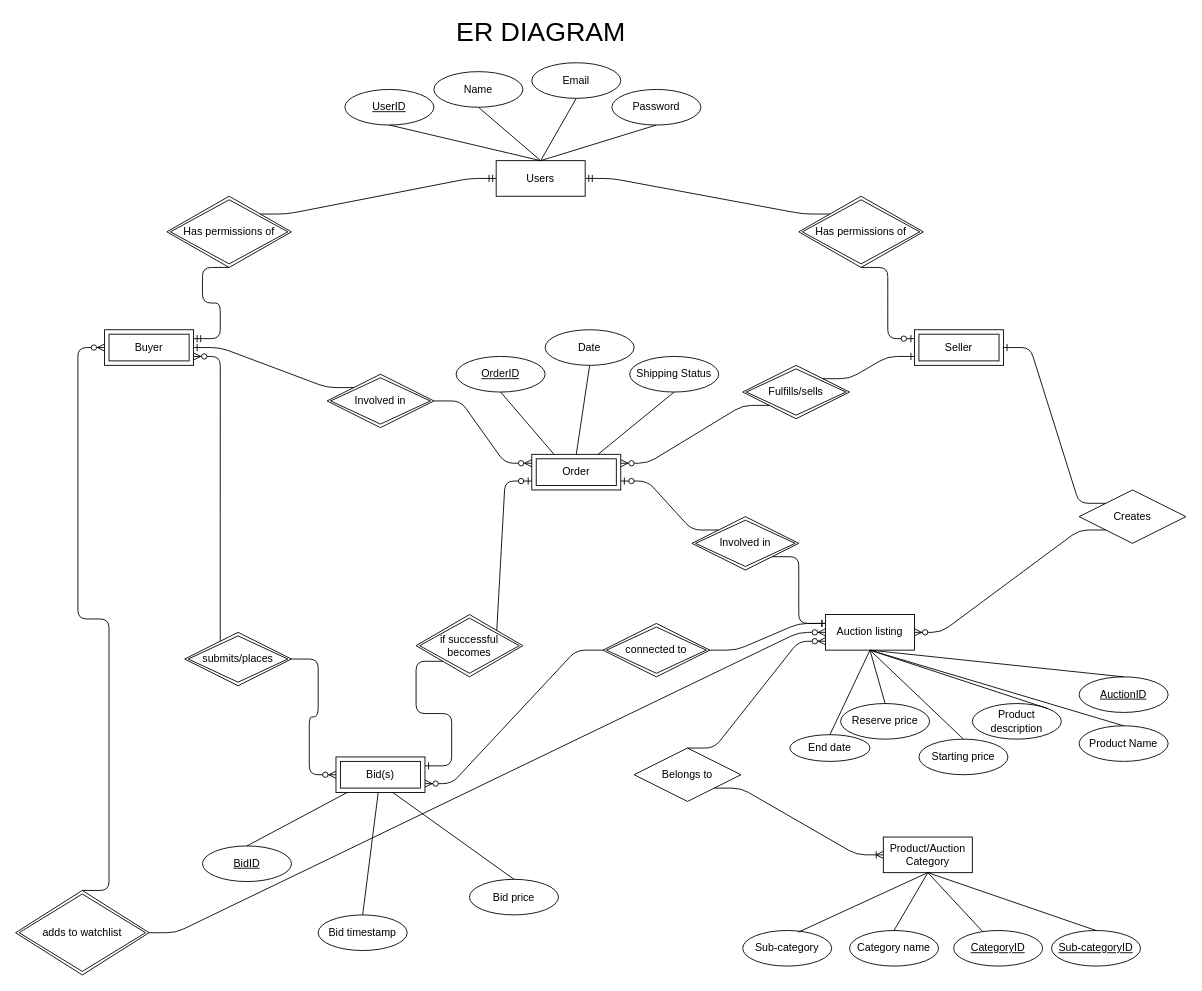
Before: page "Qasim" (1 of 4) of Auction Site ERD.drawio in rwshaw/Auction-Website, a draw.io diagram. Source tidied: cells renumbered, new cells numbered last; positions are measured from the earlier drawing's top-left corner, leaving out a move shared by most shapes. Both pictures are drawn from the tidied source at 89%, with x=0, y=0 at pixel (15, 18).
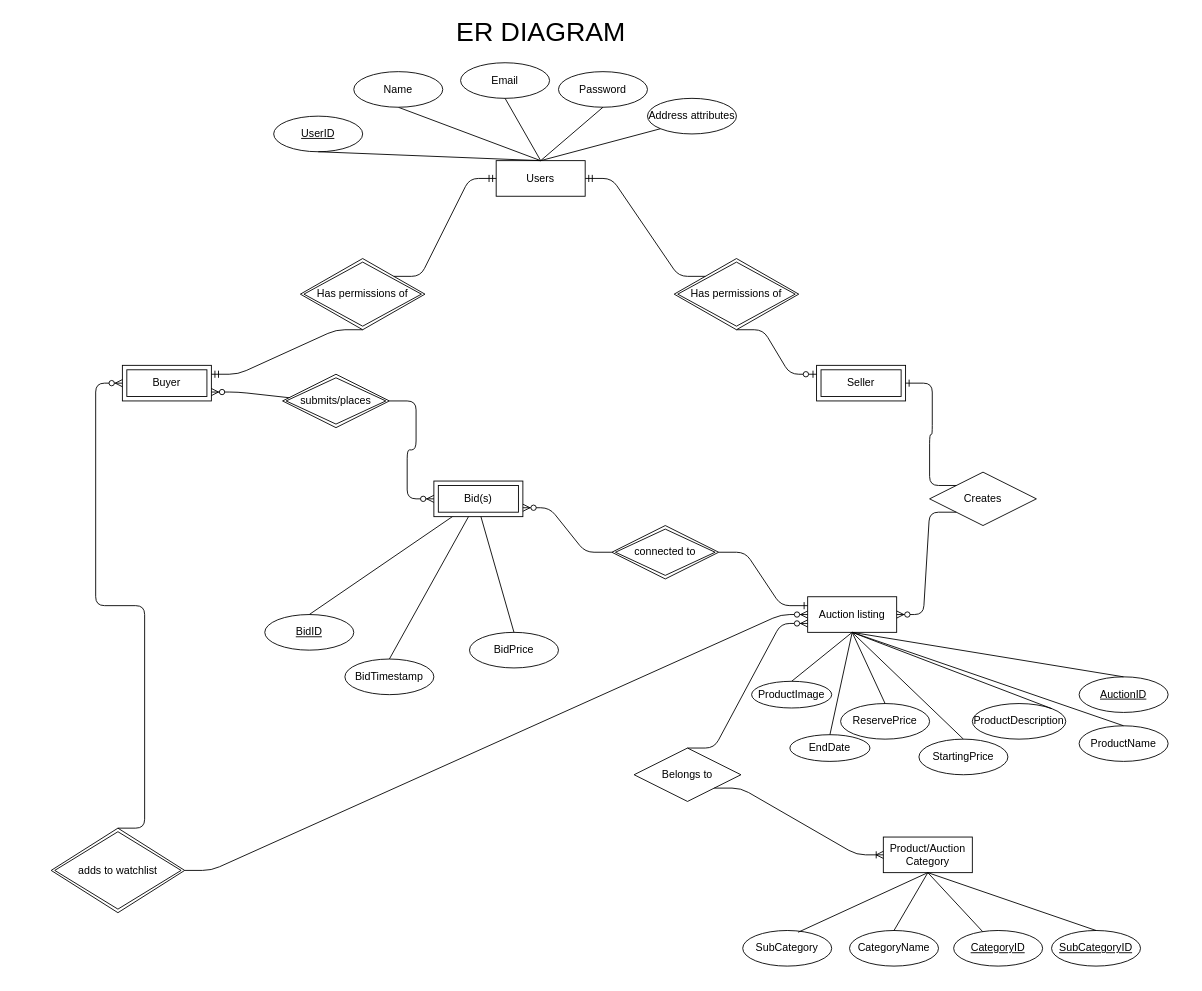
The same page after the edit.

Unchanged cells that the change refers to:
```xml
<mxCell id="2" value="Users" style="whiteSpace=wrap;html=1;align=center;" parent="1" vertex="1">
  <mxGeometry x="540" y="160" width="100" height="40" as="geometry" />
</mxCell>
```

Change to the diagram source:
```diff
@@
     <mxCell id="3" value="Has permissions of" style="shape=rhombus;double=1;perimeter=rhombusPerimeter;whiteSpace=wrap;html=1;align=center;" parent="1" vertex="1">
-      <mxGeometry x="880" y="200" width="140" height="80" as="geometry" />
+      <mxGeometry x="740" y="270" width="140" height="80" as="geometry" />
     </mxCell>
     <mxCell id="4" value="Seller" style="shape=ext;margin=3;double=1;whiteSpace=wrap;html=1;align=center;" parent="1" vertex="1">
-      <mxGeometry x="1010" y="350" width="100" height="40" as="geometry" />
+      <mxGeometry x="900" y="390" width="100" height="40" as="geometry" />
     </mxCell>
     <mxCell id="5" value="Buyer" style="shape=ext;margin=3;double=1;whiteSpace=wrap;html=1;align=center;" parent="1" vertex="1">
-      <mxGeometry x="100" y="350" width="100" height="40" as="geometry" />
+      <mxGeometry x="120" y="390" width="100" height="40" as="geometry" />
     </mxCell>
     <mxCell id="6" value="Has permissions of" style="shape=rhombus;double=1;perimeter=rhombusPerimeter;whiteSpace=wrap;html=1;align=center;" parent="1" vertex="1">
-      <mxGeometry x="170" y="200" width="140" height="80" as="geometry" />
+      <mxGeometry x="320" y="270" width="140" height="80" as="geometry" />
     </mxCell>
@@
     <mxCell id="10" value="Creates" style="shape=rhombus;perimeter=rhombusPerimeter;whiteSpace=wrap;html=1;align=center;" parent="1" vertex="1">
-      <mxGeometry x="1195" y="530" width="120" height="60" as="geometry" />
+      <mxGeometry x="1027" y="510" width="120" height="60" as="geometry" />
     </mxCell>
     <mxCell id="11" value="Auction listing" style="whiteSpace=wrap;html=1;align=center;" parent="1" vertex="1">
-      <mxGeometry x="910" y="670" width="100" height="40" as="geometry" />
+      <mxGeometry x="890" y="650" width="100" height="40" as="geometry" />
     </mxCell>
@@
-    <mxCell id="17" value="Product Name" style="ellipse;whiteSpace=wrap;html=1;align=center;" parent="1" vertex="1">
+    <mxCell id="17" value="ProductName" style="ellipse;whiteSpace=wrap;html=1;align=center;" parent="1" vertex="1">
       <mxGeometry x="1195" y="795" width="100" height="40" as="geometry" />
     </mxCell>
@@
-    <mxCell id="19" value="Product description" style="ellipse;whiteSpace=wrap;html=1;align=center;" parent="1" vertex="1">
-      <mxGeometry x="1075" y="770" width="100" height="40" as="geometry" />
+    <mxCell id="19" value="ProductDescription" style="ellipse;whiteSpace=wrap;html=1;align=center;" parent="1" vertex="1">
+      <mxGeometry x="1075" y="770" width="105" height="40" as="geometry" />
     </mxCell>
@@
-    <mxCell id="22" value="Bid price" style="ellipse;whiteSpace=wrap;html=1;align=center;" parent="1" vertex="1">
-      <mxGeometry x="510" y="967.5" width="100" height="40" as="geometry" />
+    <mxCell id="22" value="BidPrice" style="ellipse;whiteSpace=wrap;html=1;align=center;" parent="1" vertex="1">
+      <mxGeometry x="510" y="690" width="100" height="40" as="geometry" />
     </mxCell>
@@
     <mxCell id="24" value="BidID" style="ellipse;whiteSpace=wrap;html=1;align=center;fontStyle=4;" parent="1" vertex="1">
-      <mxGeometry x="210" y="930" width="100" height="40" as="geometry" />
+      <mxGeometry x="280" y="670" width="100" height="40" as="geometry" />
     </mxCell>
@@
-    <mxCell id="26" value="End date" style="ellipse;whiteSpace=wrap;html=1;align=center;" parent="1" vertex="1">
+    <mxCell id="26" value="EndDate" style="ellipse;whiteSpace=wrap;html=1;align=center;" parent="1" vertex="1">
       <mxGeometry x="870" y="805" width="90" height="30" as="geometry" />
     </mxCell>
@@
-    <mxCell id="33" value="Category name" style="ellipse;whiteSpace=wrap;html=1;align=center;" parent="1" vertex="1">
+    <mxCell id="33" value="CategoryName" style="ellipse;whiteSpace=wrap;html=1;align=center;" parent="1" vertex="1">
       <mxGeometry x="937" y="1025" width="100" height="40" as="geometry" />
     </mxCell>
-    <mxCell id="34" value="Sub-category" style="ellipse;whiteSpace=wrap;html=1;align=center;" parent="1" vertex="1">
+    <mxCell id="34" value="SubCategory" style="ellipse;whiteSpace=wrap;html=1;align=center;" parent="1" vertex="1">
       <mxGeometry x="817" y="1025" width="100" height="40" as="geometry" />
     </mxCell>
-    <mxCell id="35" value="Sub-categoryID" style="ellipse;whiteSpace=wrap;html=1;align=center;fontStyle=4;" parent="1" vertex="1">
+    <mxCell id="35" value="SubCategoryID" style="ellipse;whiteSpace=wrap;html=1;align=center;fontStyle=4;" parent="1" vertex="1">
       <mxGeometry x="1164" y="1025" width="100" height="40" as="geometry" />
     </mxCell>
@@
     <mxCell id="40" value="&lt;u&gt;UserID&lt;/u&gt;" style="ellipse;whiteSpace=wrap;html=1;align=center;" parent="1" vertex="1">
-      <mxGeometry x="370" y="80" width="100" height="40" as="geometry" />
+      <mxGeometry x="290" y="110" width="100" height="40" as="geometry" />
     </mxCell>
@@
     <mxCell id="43" value="Name" style="ellipse;whiteSpace=wrap;html=1;align=center;" parent="1" vertex="1">
-      <mxGeometry x="470" y="60" width="100" height="40" as="geometry" />
+      <mxGeometry x="380" y="60" width="100" height="40" as="geometry" />
     </mxCell>
     <mxCell id="44" value="Email" style="ellipse;whiteSpace=wrap;html=1;align=center;" parent="1" vertex="1">
-      <mxGeometry x="580" y="50" width="100" height="40" as="geometry" />
+      <mxGeometry x="500" y="50" width="100" height="40" as="geometry" />
     </mxCell>
@@
-    <mxCell id="46" value="Starting price" style="ellipse;whiteSpace=wrap;html=1;align=center;" parent="1" vertex="1">
+    <mxCell id="46" value="StartingPrice" style="ellipse;whiteSpace=wrap;html=1;align=center;" parent="1" vertex="1">
       <mxGeometry x="1015" y="810" width="100" height="40" as="geometry" />
     </mxCell>
-    <mxCell id="47" value="Reserve price" style="ellipse;whiteSpace=wrap;html=1;align=center;" parent="1" vertex="1">
+    <mxCell id="47" value="ReservePrice" style="ellipse;whiteSpace=wrap;html=1;align=center;" parent="1" vertex="1">
       <mxGeometry x="927" y="770" width="100" height="40" as="geometry" />
     </mxCell>
@@
     <mxCell id="50" value="submits/places" style="shape=rhombus;double=1;perimeter=rhombusPerimeter;whiteSpace=wrap;html=1;align=center;shadow=0;sketch=0;strokeColor=#000000;gradientColor=none;" parent="1" vertex="1">
-      <mxGeometry x="190" y="690" width="120" height="60" as="geometry" />
+      <mxGeometry x="300" y="400" width="120" height="60" as="geometry" />
     </mxCell>
-    <mxCell id="51" value="Bid timestamp" style="ellipse;whiteSpace=wrap;html=1;align=center;" parent="1" vertex="1">
-      <mxGeometry x="340" y="1007.5" width="100" height="40" as="geometry" />
+    <mxCell id="51" value="BidTimestamp" style="ellipse;whiteSpace=wrap;html=1;align=center;" parent="1" vertex="1">
+      <mxGeometry x="370" y="720" width="100" height="40" as="geometry" />
     </mxCell>
@@
     <mxCell id="53" value="adds to watchlist" style="shape=rhombus;double=1;perimeter=rhombusPerimeter;whiteSpace=wrap;html=1;align=center;shadow=0;sketch=0;strokeColor=#000000;gradientColor=none;" parent="1" vertex="1">
-      <mxGeometry y="980" width="150" height="95" as="geometry" />
+      <mxGeometry x="40" y="910" width="150" height="95" as="geometry" />
     </mxCell>
@@
     <mxCell id="57" value="Password" style="ellipse;whiteSpace=wrap;html=1;align=center;" parent="1" vertex="1">
-      <mxGeometry x="670" y="80" width="100" height="40" as="geometry" />
+      <mxGeometry x="610" y="60" width="100" height="40" as="geometry" />
     </mxCell>
@@
     <mxCell id="59" value="Bid(s)" style="shape=ext;margin=3;double=1;whiteSpace=wrap;html=1;align=center;" parent="1" vertex="1">
-      <mxGeometry x="360" y="830" width="100" height="40" as="geometry" />
+      <mxGeometry x="470" y="520" width="100" height="40" as="geometry" />
     </mxCell>
@@
     <mxCell id="61" value="connected to" style="shape=rhombus;double=1;perimeter=rhombusPerimeter;whiteSpace=wrap;html=1;align=center;" parent="1" vertex="1">
-      <mxGeometry x="660" y="680" width="120" height="60" as="geometry" />
+      <mxGeometry x="670" y="570" width="120" height="60" as="geometry" />
     </mxCell>
@@
-    <mxCell id="64" value="Order" style="shape=ext;margin=3;double=1;whiteSpace=wrap;html=1;align=center;" parent="1" vertex="1">
-      <mxGeometry x="580" y="490" width="100" height="40" as="geometry" />
-    </mxCell>
-    <mxCell id="65" style="edgeStyle=entityRelationEdgeStyle;fontSize=12;html=1;endArrow=ERzeroToOne;endFill=1;entryX=0;entryY=0.75;entryDx=0;entryDy=0;exitX=0.5;exitY=0.429;exitDx=0;exitDy=0;exitPerimeter=0;" parent="1" edge="1" source="66" target="64">
-      <mxGeometry relative="1" as="geometry" />
-    </mxCell>
-    <mxCell id="66" value="if successful becomes" style="shape=rhombus;double=1;perimeter=rhombusPerimeter;whiteSpace=wrap;html=1;align=center;" parent="1" vertex="1">
-      <mxGeometry x="450" y="670" width="120" height="70" as="geometry" />
-    </mxCell>
-    <mxCell id="67" style="edgeStyle=entityRelationEdgeStyle;fontSize=12;html=1;endArrow=ERone;endFill=1;entryX=1;entryY=0.25;entryDx=0;entryDy=0;exitX=0;exitY=1;exitDx=0;exitDy=0;" parent="1" edge="1" source="66" target="59">
-      <mxGeometry relative="1" as="geometry" />
-    </mxCell>
-    <mxCell id="68" value="Fulfills/sells" style="shape=rhombus;double=1;perimeter=rhombusPerimeter;whiteSpace=wrap;html=1;align=center;" parent="1" vertex="1">
-      <mxGeometry x="817" y="390" width="120" height="60" as="geometry" />
-    </mxCell>
-    <mxCell id="69" style="edgeStyle=entityRelationEdgeStyle;fontSize=12;html=1;endArrow=ERzeroToMany;endFill=1;entryX=1;entryY=0.25;entryDx=0;entryDy=0;exitX=0;exitY=1;exitDx=0;exitDy=0;" parent="1" edge="1" source="68" target="64">
-      <mxGeometry relative="1" as="geometry" />
-    </mxCell>
-    <mxCell id="70" style="edgeStyle=entityRelationEdgeStyle;fontSize=12;html=1;endArrow=ERone;endFill=1;entryX=0;entryY=0.75;entryDx=0;entryDy=0;exitX=1;exitY=0;exitDx=0;exitDy=0;" parent="1" edge="1" source="68" target="4">
-      <mxGeometry relative="1" as="geometry" />
-    </mxCell>
-    <mxCell id="71" value="Involved in" style="shape=rhombus;double=1;perimeter=rhombusPerimeter;whiteSpace=wrap;html=1;align=center;" parent="1" vertex="1">
-      <mxGeometry x="760" y="560" width="120" height="60" as="geometry" />
-    </mxCell>
-    <mxCell id="72" value="Involved in" style="shape=rhombus;double=1;perimeter=rhombusPerimeter;whiteSpace=wrap;html=1;align=center;" parent="1" vertex="1">
-      <mxGeometry x="350" y="400" width="120" height="60" as="geometry" />
-    </mxCell>
-    <mxCell id="73" style="edgeStyle=entityRelationEdgeStyle;fontSize=12;html=1;endArrow=ERzeroToMany;endFill=1;entryX=0;entryY=0.25;entryDx=0;entryDy=0;" parent="1" edge="1" source="72" target="64">
-      <mxGeometry relative="1" as="geometry" />
-    </mxCell>
-    <mxCell id="74" style="edgeStyle=entityRelationEdgeStyle;fontSize=12;html=1;endArrow=ERone;endFill=1;entryX=1;entryY=0.5;entryDx=0;entryDy=0;exitX=0;exitY=0;exitDx=0;exitDy=0;" parent="1" edge="1" source="72" target="5">
-      <mxGeometry relative="1" as="geometry" />
-    </mxCell>
-    <mxCell id="75" style="edgeStyle=entityRelationEdgeStyle;fontSize=12;html=1;endArrow=ERzeroToOne;endFill=1;entryX=1;entryY=0.75;entryDx=0;entryDy=0;exitX=0;exitY=0;exitDx=0;exitDy=0;" parent="1" edge="1" source="71" target="64">
-      <mxGeometry relative="1" as="geometry" />
-    </mxCell>
-    <mxCell id="76" style="edgeStyle=entityRelationEdgeStyle;fontSize=12;html=1;endArrow=ERone;endFill=1;entryX=0;entryY=0.25;entryDx=0;entryDy=0;exitX=1;exitY=1;exitDx=0;exitDy=0;" parent="1" edge="1" source="71" target="11">
-      <mxGeometry relative="1" as="geometry" />
-    </mxCell>
-    <mxCell id="77" value="OrderID" style="ellipse;whiteSpace=wrap;html=1;align=center;fontStyle=4;" parent="1" vertex="1">
-      <mxGeometry x="495" y="380" width="100" height="40" as="geometry" />
-    </mxCell>
-    <mxCell id="78" value="Date" style="ellipse;whiteSpace=wrap;html=1;align=center;" parent="1" vertex="1">
-      <mxGeometry x="595" y="350" width="100" height="40" as="geometry" />
-    </mxCell>
-    <mxCell id="79" style="endArrow=none;html=1;rounded=0;entryX=0.5;entryY=1;entryDx=0;entryDy=0;exitX=0.5;exitY=0;exitDx=0;exitDy=0;" parent="1" edge="1" source="64" target="78">
-      <mxGeometry relative="1" as="geometry" />
-    </mxCell>
-    <mxCell id="80" style="endArrow=none;html=1;rounded=0;entryX=0.5;entryY=1;entryDx=0;entryDy=0;exitX=0.25;exitY=0;exitDx=0;exitDy=0;" parent="1" edge="1" source="64" target="77">
-      <mxGeometry relative="1" as="geometry" />
-    </mxCell>
-    <mxCell id="81" value="Shipping Status" style="ellipse;whiteSpace=wrap;html=1;align=center;" parent="1" vertex="1">
-      <mxGeometry x="690" y="380" width="100" height="40" as="geometry" />
-    </mxCell>
-    <mxCell id="82" style="endArrow=none;html=1;rounded=0;entryX=0.5;entryY=1;entryDx=0;entryDy=0;" parent="1" edge="1" source="64" target="81">
-      <mxGeometry relative="1" as="geometry" />
-    </mxCell>
+    <mxCell id="83" value="Address attributes" style="ellipse;whiteSpace=wrap;html=1;align=center;" parent="1" vertex="1">
+      <mxGeometry x="710" y="90" width="100" height="40" as="geometry" />
+    </mxCell>
+    <mxCell id="84" style="endArrow=none;html=1;rounded=0;entryX=0;entryY=1;entryDx=0;entryDy=0;exitX=0.5;exitY=0;exitDx=0;exitDy=0;" parent="1" edge="1" source="2" target="83">
+      <mxGeometry relative="1" as="geometry" />
+    </mxCell>
+    <mxCell id="85" value="ProductImage" style="ellipse;whiteSpace=wrap;html=1;align=center;" parent="1" vertex="1">
+      <mxGeometry x="827" y="745" width="90" height="30" as="geometry" />
+    </mxCell>
+    <mxCell id="86" style="endArrow=none;html=1;rounded=0;entryX=0.5;entryY=1;entryDx=0;entryDy=0;exitX=0.5;exitY=0;exitDx=0;exitDy=0;" parent="1" edge="1" source="85" target="11">
+      <mxGeometry relative="1" as="geometry" />
+    </mxCell>
```
